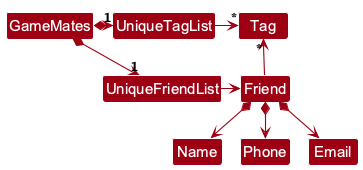
The PlantUML diagram images/BetterModelClassDiagram.png in AY2627S1-CS2103T-W14-3/tp, before a commit.
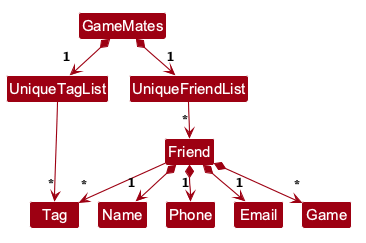
The same diagram one commit later.

Change to the diagram source:
```diff
@@ -5,17 +5,16 @@
 skinparam arrowColor MODEL_COLOR
 skinparam classBackgroundColor MODEL_COLOR
 
-GameMates *-right-> "1" UniqueFriendList
-GameMates *-right-> "1" UniqueTagList
-UniqueTagList -[hidden]down- UniqueFriendList
-UniqueTagList -[hidden]down- UniqueFriendList
+GameMates *--> "1\n<size:6> </size>" UniqueFriendList
+GameMates *--> "1\n<size:6> </size>" UniqueTagList
 
-UniqueTagList -right-> "*" Tag
-UniqueFriendList -right-> Friend
+UniqueFriendList --> "*\n<size:6> </size>" Friend
+UniqueTagList ---> "*\n<size:6> </size>" Tag
 
-Friend -up-> "*" Tag
+Friend --> "*\n<size:6> </size>" Tag
 
-Friend *--> Name
-Friend *--> Phone
-Friend *--> Email
+Friend *--> "1\n<size:6> </size>" Name
+Friend *--> "1\n<size:6> </size>" Phone
+Friend *--> "1\n<size:6> </size>" Email
+Friend *--> "*\n<size:6> </size>" Game
 @enduml
```
